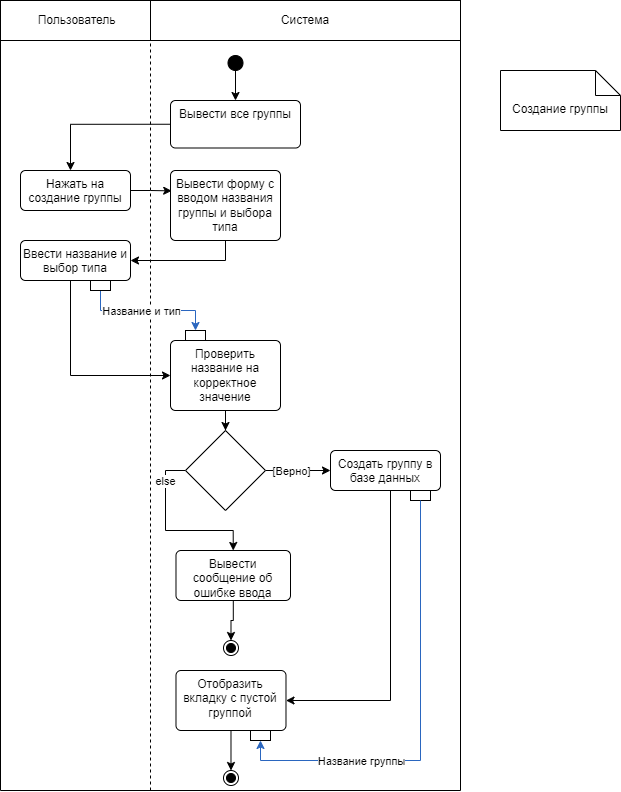
Before: docs/images/functional_diagram3_1.png, a diagram exported from draw.io (Hembos/YoutubeAnalytics). Source tidied: cells renumbered, new cells last; positions are measured from the earlier drawing's top-left corner, leaving out a move shared by most shapes.
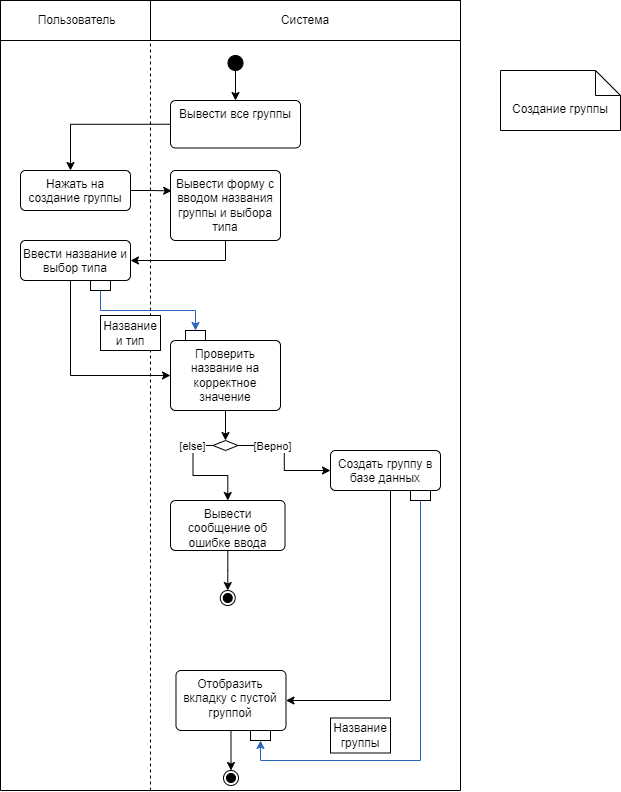
The same diagram one commit later.

Diff of the diagram source:
```diff
@@ -58,7 +58,7 @@
     <mxCell id="15" style="edgeStyle=orthogonalEdgeStyle;rounded=0;jettySize=auto;html=1;exitX=0;exitY=0.5;exitDx=0;exitDy=0;entryX=0.5;entryY=0;entryDx=0;entryDy=0;" parent="1" edge="1" source="19" target="25">
       <mxGeometry relative="1" as="geometry" />
     </mxCell>
-    <mxCell id="16" value="else" style="edgeLabel;html=1;align=center;verticalAlign=middle;" parent="15" vertex="1">
+    <mxCell id="16" value="[else]" style="edgeLabel;html=1;align=center;verticalAlign=middle;" parent="15" vertex="1">
       <mxGeometry x="-0.64" y="-1" relative="1" as="geometry" />
     </mxCell>
     <mxCell id="17" style="edgeStyle=orthogonalEdgeStyle;rounded=0;jettySize=auto;html=1;entryX=0;entryY=0.5;entryDx=0;entryDy=0;" parent="1" edge="1" source="19" target="27">
@@ -70,7 +70,7 @@
       </mxGeometry>
     </mxCell>
     <mxCell id="19" style="rhombus;whiteSpace=wrap;html=1;" parent="1" vertex="1">
-      <mxGeometry x="185" y="430" width="80" height="80" as="geometry" />
+      <mxGeometry x="212.5" y="440" width="25" height="10" as="geometry" />
     </mxCell>
     <mxCell id="20" style="edgeStyle=orthogonalEdgeStyle;rounded=0;jettySize=auto;html=1;" parent="1" edge="1" source="21" target="23">
       <mxGeometry relative="1" as="geometry" />
@@ -92,7 +92,7 @@
       <mxGeometry relative="1" as="geometry" />
     </mxCell>
     <mxCell id="25" value="Вывести сообщение об ошибке ввода" style="html=1;align=center;verticalAlign=top;rounded=1;absoluteArcSize=1;arcSize=10;dashed=0;whiteSpace=wrap;" parent="1" vertex="1">
-      <mxGeometry x="175.5" y="550" width="114.5" height="50" as="geometry" />
+      <mxGeometry x="170" y="500" width="114.5" height="50" as="geometry" />
     </mxCell>
     <mxCell id="26" style="edgeStyle=orthogonalEdgeStyle;rounded=0;jettySize=auto;html=1;entryX=1;entryY=0.5;entryDx=0;entryDy=0;" parent="1" edge="1" source="27" target="30">
       <mxGeometry relative="1" as="geometry">
@@ -105,7 +105,7 @@
       <mxGeometry x="330" y="450" width="110" height="40" as="geometry" />
     </mxCell>
     <mxCell id="28" style="ellipse;html=1;shape=endState;fillColor=strokeColor;" parent="1" vertex="1">
-      <mxGeometry x="223" y="640" width="15" height="15" as="geometry" />
+      <mxGeometry x="219.8" y="590" width="15" height="15" as="geometry" />
     </mxCell>
     <mxCell id="29" style="edgeStyle=orthogonalEdgeStyle;rounded=0;jettySize=auto;html=1;entryX=0.5;entryY=0;entryDx=0;entryDy=0;" parent="1" edge="1" source="30" target="32">
       <mxGeometry relative="1" as="geometry" />
@@ -137,11 +137,6 @@
         </Array>
       </mxGeometry>
     </mxCell>
-    <mxCell id="35" value="Название и тип" style="edgeLabel;html=1;align=center;verticalAlign=middle;" parent="34" vertex="1">
-      <mxGeometry x="-0.27" relative="1" as="geometry">
-        <mxPoint x="11" as="offset" />
-      </mxGeometry>
-    </mxCell>
     <mxCell id="36" style="rounded=0;whiteSpace=wrap;html=1;" parent="1" vertex="1">
       <mxGeometry x="90" y="280" width="20" height="10" as="geometry" />
     </mxCell>
@@ -171,13 +166,14 @@
         </Array>
       </mxGeometry>
     </mxCell>
+    <mxCell id="43" value="Создание группы" style="shape=note2;boundedLbl=1;whiteSpace=wrap;html=1;size=25;verticalAlign=top;align=center;" parent="1" vertex="1">
+      <mxGeometry x="500" y="70" width="120" height="60" as="geometry" />
+    </mxCell>
+    <mxCell id="35" value="Название и тип" style="rounded=0;whiteSpace=wrap;html=1;" parent="1" vertex="1">
+      <mxGeometry x="100" y="315" width="60" height="35" as="geometry" />
+    </mxCell>
-    <mxCell id="42" value="Название группы" style="edgeLabel;html=1;align=center;verticalAlign=middle;" parent="41" vertex="1">
-      <mxGeometry x="0.43" y="-3" relative="1" as="geometry">
-        <mxPoint x="-6" y="3" as="offset" />
-      </mxGeometry>
+    <mxCell id="42" value="Название группы" style="rounded=0;whiteSpace=wrap;html=1;" parent="1" vertex="1">
+      <mxGeometry x="330" y="717.5" width="60" height="35" as="geometry" />
     </mxCell>
-    <mxCell id="43" value="Создание группы" style="shape=note2;boundedLbl=1;whiteSpace=wrap;html=1;size=25;verticalAlign=top;align=center;" parent="1" vertex="1">
-      <mxGeometry x="500" y="70" width="120" height="60" as="geometry" />
-    </mxCell>
   </root>
 </mxGraphModel>
```
